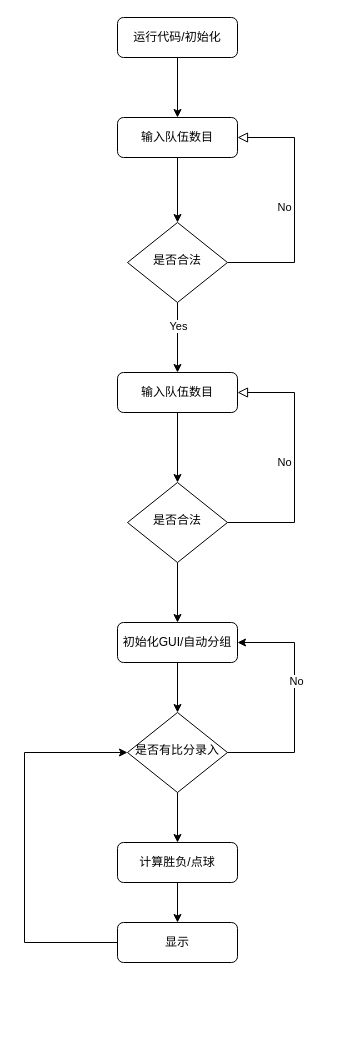
This is 足球流程图.drawio from cainiaoup/ws_diagrams, a draw.io file, before an edit. Source tidied: cells renumbered, new cells numbered last; positions are measured from the earlier drawing's top-left corner, leaving out a move shared by most shapes. Both pictures are drawn from the tidied source at 100%, with x=0, y=0 at pixel (24, 17).
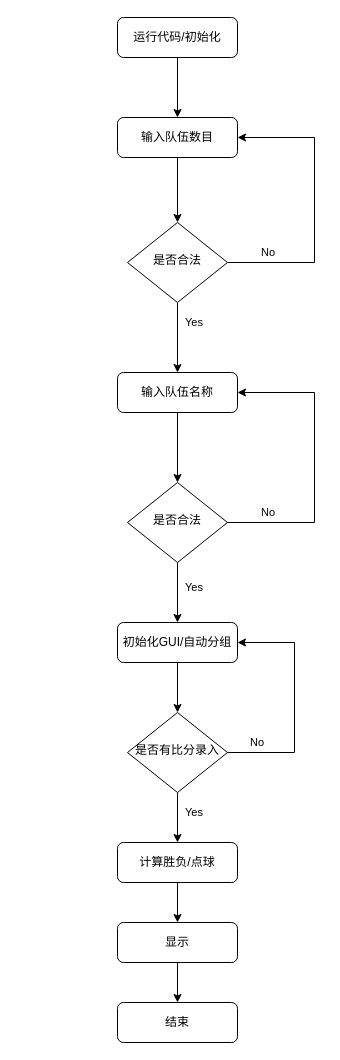
After the change.

Commit message (it also covers changes not shown here):
更新足球流程图.drawio

The change refers to these unchanged cells:
```xml
<mxCell id="7" value="是否合法" style="rhombus;whiteSpace=wrap;html=1;shadow=0;fontFamily=Helvetica;fontSize=12;align=center;strokeWidth=1;spacing=6;spacingTop=-4;" parent="1" vertex="1">
  <mxGeometry x="103" y="205" width="100" height="80" as="geometry" />
</mxCell>
<mxCell id="11" value="输入队伍数目" style="rounded=1;whiteSpace=wrap;html=1;fontSize=12;glass=0;strokeWidth=1;shadow=0;" parent="1" vertex="1">
  <mxGeometry x="93" y="100" width="120" height="40" as="geometry" />
</mxCell>
<mxCell id="14" value="是否合法" style="rhombus;whiteSpace=wrap;html=1;shadow=0;fontFamily=Helvetica;fontSize=12;align=center;strokeWidth=1;spacing=6;spacingTop=-4;" parent="1" vertex="1">
  <mxGeometry x="103" y="465" width="100" height="80" as="geometry" />
</mxCell>
<mxCell id="18" value="初始化GUI/自动分组" style="rounded=1;whiteSpace=wrap;html=1;fontSize=12;glass=0;strokeWidth=1;shadow=0;" parent="1" vertex="1">
  <mxGeometry x="93" y="605" width="120" height="40" as="geometry" />
</mxCell>
<mxCell id="19" style="edgeStyle=orthogonalEdgeStyle;rounded=0;jettySize=auto;html=1;entryX=1;entryY=0.5;entryDx=0;entryDy=0;" parent="1" edge="1" source="22" target="18">
  <mxGeometry relative="1" as="geometry">
    <Array as="points">
      <mxPoint x="270" y="735" />
      <mxPoint x="270" y="625" />
    </Array>
  </mxGeometry>
</mxCell>
<mxCell id="22" value="是否有比分录入" style="rhombus;whiteSpace=wrap;html=1;shadow=0;fontFamily=Helvetica;fontSize=12;align=center;strokeWidth=1;spacing=6;spacingTop=-4;" parent="1" vertex="1">
  <mxGeometry x="103" y="695" width="100" height="80" as="geometry" />
</mxCell>
<mxCell id="24" value="显示" style="rounded=1;whiteSpace=wrap;html=1;fontSize=12;glass=0;strokeWidth=1;shadow=0;" parent="1" vertex="1">
  <mxGeometry x="93" y="905" width="120" height="40" as="geometry" />
</mxCell>
```

The edit, as a diff of the source:
```diff
@@
+    <mxCell id="5" style="edgeStyle=orthogonalEdgeStyle;rounded=0;jettySize=auto;html=1;" parent="1" edge="1" source="7" target="16">
+      <mxGeometry relative="1" as="geometry" />
+    </mxCell>
-    <mxCell id="4" value="No" style="edgeStyle=orthogonalEdgeStyle;rounded=0;html=1;jettySize=auto;fontSize=11;endArrow=block;endFill=0;endSize=8;strokeWidth=1;shadow=0;labelBackgroundColor=none;entryX=1;entryY=0.5;entryDx=0;entryDy=0;" parent="1" edge="1" source="7" target="11">
-      <mxGeometry x="-0.02" y="10" relative="1" as="geometry">
+    <mxCell id="4" style="edgeStyle=orthogonalEdgeStyle;rounded=0;jettySize=auto;html=1;strokeWidth=1;entryX=1;entryY=0.5;entryDx=0;entryDy=0;" parent="1" edge="1" source="7" target="11">
+      <mxGeometry relative="1" as="geometry">
         <Array as="points">
-          <mxPoint x="270" y="245" />
-          <mxPoint x="270" y="120" />
+          <mxPoint x="290" y="245" />
+          <mxPoint x="290" y="120" />
         </Array>
       </mxGeometry>
     </mxCell>
-    <mxCell id="5" style="edgeStyle=orthogonalEdgeStyle;rounded=0;jettySize=auto;html=1;" parent="1" edge="1" source="7" target="16">
-      <mxGeometry relative="1" as="geometry" />
-    </mxCell>
-    <mxCell id="6" value="Yes&lt;br&gt;" style="edgeLabel;html=1;align=center;verticalAlign=middle;" parent="5" vertex="1">
-      <mxGeometry x="-0.35" relative="1" as="geometry" />
-    </mxCell>
@@
+    <mxCell id="13" style="edgeStyle=orthogonalEdgeStyle;rounded=0;jettySize=auto;html=1;" parent="1" edge="1" source="14" target="18">
+      <mxGeometry relative="1" as="geometry" />
+    </mxCell>
-    <mxCell id="12" value="No" style="edgeStyle=orthogonalEdgeStyle;rounded=0;html=1;jettySize=auto;fontSize=11;endArrow=block;endFill=0;endSize=8;strokeWidth=1;shadow=0;labelBackgroundColor=none;entryX=1;entryY=0.5;entryDx=0;entryDy=0;" parent="1" edge="1" source="14" target="16">
-      <mxGeometry y="10" relative="1" as="geometry">
+    <mxCell id="12" style="edgeStyle=orthogonalEdgeStyle;rounded=0;jettySize=auto;html=1;strokeWidth=1;entryX=1;entryY=0.5;entryDx=0;entryDy=0;" parent="1" edge="1" source="14" target="16">
+      <mxGeometry relative="1" as="geometry">
         <Array as="points">
-          <mxPoint x="270" y="505" />
-          <mxPoint x="270" y="375" />
+          <mxPoint x="290" y="505" />
+          <mxPoint x="290" y="375" />
         </Array>
       </mxGeometry>
     </mxCell>
-    <mxCell id="13" style="edgeStyle=orthogonalEdgeStyle;rounded=0;jettySize=auto;html=1;" parent="1" edge="1" source="14" target="18">
-      <mxGeometry relative="1" as="geometry" />
-    </mxCell>
@@
-    <mxCell id="16" value="输入队伍数目" style="rounded=1;whiteSpace=wrap;html=1;fontSize=12;glass=0;strokeWidth=1;shadow=0;" parent="1" vertex="1">
+    <mxCell id="16" value="输入队伍名称" style="rounded=1;whiteSpace=wrap;html=1;fontSize=12;glass=0;strokeWidth=1;shadow=0;" parent="1" vertex="1">
       <mxGeometry x="93" y="355" width="120" height="40" as="geometry" />
     </mxCell>
@@
-    <mxCell id="20" value="No" style="edgeLabel;html=1;align=center;verticalAlign=middle;" parent="19" vertex="1">
-      <mxGeometry x="0.19" y="-1" relative="1" as="geometry" />
-    </mxCell>
@@
-    <mxCell id="23" style="edgeStyle=orthogonalEdgeStyle;rounded=0;jettySize=auto;html=1;entryX=0;entryY=0.5;entryDx=0;entryDy=0;" parent="1" edge="1" source="24" target="22">
-      <mxGeometry relative="1" as="geometry">
-        <Array as="points">
-          <mxPoint y="925" />
-          <mxPoint y="735" />
-        </Array>
-      </mxGeometry>
-    </mxCell>
+    <mxCell id="25" style="edgeStyle=orthogonalEdgeStyle;rounded=0;jettySize=auto;html=1;strokeWidth=1;" parent="1" edge="1" source="24" target="31">
+      <mxGeometry relative="1" as="geometry" />
+    </mxCell>
@@
+    <mxCell id="26" value="&lt;span style=&quot;font-size: 11px ; background-color: rgb(255 , 255 , 255)&quot;&gt;Yes&lt;/span&gt;" style="text;html=1;strokeColor=none;fillColor=none;align=center;verticalAlign=middle;whiteSpace=wrap;rounded=0;" parent="1" vertex="1">
+      <mxGeometry x="150" y="295" width="40" height="20" as="geometry" />
+    </mxCell>
+    <mxCell id="27" value="&lt;span style=&quot;font-size: 11px ; background-color: rgb(255 , 255 , 255)&quot;&gt;No&lt;/span&gt;" style="text;html=1;strokeColor=none;fillColor=none;align=center;verticalAlign=middle;whiteSpace=wrap;rounded=0;" parent="1" vertex="1">
+      <mxGeometry x="224" y="225" width="40" height="20" as="geometry" />
+    </mxCell>
+    <mxCell id="28" value="&lt;span style=&quot;font-size: 11px ; background-color: rgb(255 , 255 , 255)&quot;&gt;Yes&lt;/span&gt;" style="text;html=1;strokeColor=none;fillColor=none;align=center;verticalAlign=middle;whiteSpace=wrap;rounded=0;" parent="1" vertex="1">
+      <mxGeometry x="150" y="560" width="40" height="20" as="geometry" />
+    </mxCell>
+    <mxCell id="29" value="&lt;span style=&quot;font-size: 11px ; background-color: rgb(255 , 255 , 255)&quot;&gt;No&lt;/span&gt;" style="text;html=1;strokeColor=none;fillColor=none;align=center;verticalAlign=middle;whiteSpace=wrap;rounded=0;" parent="1" vertex="1">
+      <mxGeometry x="224" y="485" width="40" height="20" as="geometry" />
+    </mxCell>
+    <mxCell id="30" value="&lt;span style=&quot;font-size: 11px ; background-color: rgb(255 , 255 , 255)&quot;&gt;Yes&lt;/span&gt;" style="text;html=1;strokeColor=none;fillColor=none;align=center;verticalAlign=middle;whiteSpace=wrap;rounded=0;" parent="1" vertex="1">
+      <mxGeometry x="150" y="785" width="40" height="20" as="geometry" />
+    </mxCell>
+    <mxCell id="31" value="结束" style="rounded=1;whiteSpace=wrap;html=1;fontSize=12;glass=0;strokeWidth=1;shadow=0;" parent="1" vertex="1">
+      <mxGeometry x="93" y="985" width="120" height="40" as="geometry" />
+    </mxCell>
+    <mxCell id="32" value="&lt;span style=&quot;font-size: 11px ; background-color: rgb(255 , 255 , 255)&quot;&gt;No&lt;/span&gt;" style="text;html=1;strokeColor=none;fillColor=none;align=center;verticalAlign=middle;whiteSpace=wrap;rounded=0;" parent="1" vertex="1">
+      <mxGeometry x="213" y="715" width="40" height="20" as="geometry" />
+    </mxCell>
```
